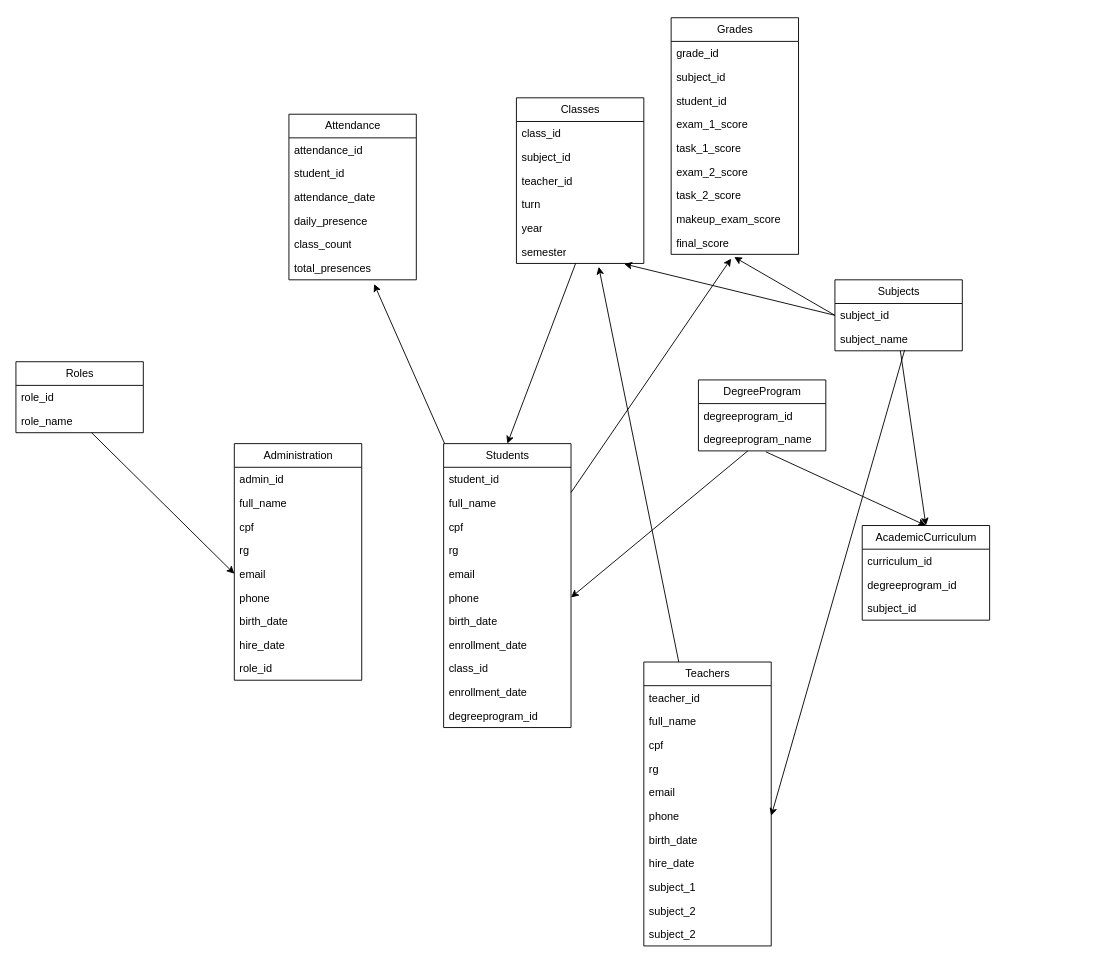
Before: diagrama_entidade_relacionamento.drawio in unHappyDev/PIF, a draw.io diagram. Source tidied: cells renumbered, new cells numbered last; positions are measured from the earlier drawing's top-left corner, leaving out a move shared by most shapes. Both pictures are drawn from the tidied source at 91%, with x=0, y=0 at pixel (15, 17).
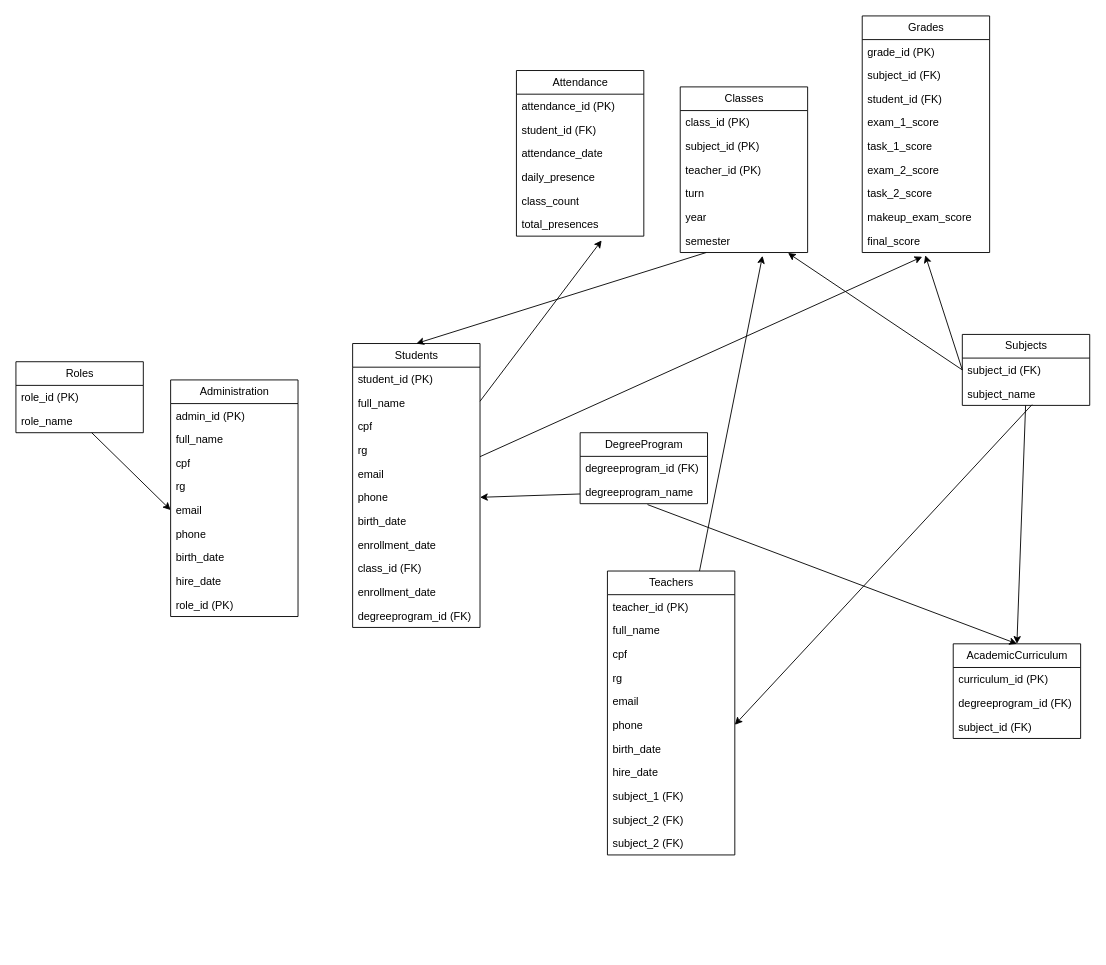
The same page after the edit.

Unchanged cells that the change refers to:
```xml
<mxCell id="66" value="Roles" style="swimlane;fontStyle=0;horizontal=1;startSize=26;fillColor=none;html=1;" parent="1" vertex="1">
  <mxGeometry y="378" width="140" height="78" as="geometry" />
</mxCell>
```

Diff of the diagram source:
```diff
@@
     <mxCell id="2" value="Students" style="swimlane;fontStyle=0;horizontal=1;startSize=26;fillColor=none;html=1;" parent="1" vertex="1">
-      <mxGeometry x="470" y="468" width="140" height="312" as="geometry" />
+      <mxGeometry x="370" y="358" width="140" height="312" as="geometry" />
     </mxCell>
-    <mxCell id="3" value="student_id" style="text;strokeColor=none;fillColor=none;align=left;verticalAlign=top;spacingLeft=4;spacingRight=4;overflow=hidden;whiteSpace=wrap;html=1;" parent="2" vertex="1">
+    <mxCell id="3" value="student_id (PK)" style="text;strokeColor=none;fillColor=none;align=left;verticalAlign=top;spacingLeft=4;spacingRight=4;overflow=hidden;whiteSpace=wrap;html=1;" parent="2" vertex="1">
       <mxGeometry y="26" width="140" height="26" as="geometry" />
     </mxCell>
@@
-    <mxCell id="11" value="&lt;span style=&quot;color: rgb(0, 0, 0);&quot;&gt;class_id&lt;/span&gt;" style="text;strokeColor=none;fillColor=none;align=left;verticalAlign=top;spacingLeft=4;spacingRight=4;overflow=hidden;whiteSpace=wrap;html=1;" parent="2" vertex="1">
+    <mxCell id="11" value="&lt;span style=&quot;color: rgb(0, 0, 0);&quot;&gt;class_id (FK)&lt;/span&gt;" style="text;strokeColor=none;fillColor=none;align=left;verticalAlign=top;spacingLeft=4;spacingRight=4;overflow=hidden;whiteSpace=wrap;html=1;" parent="2" vertex="1">
       <mxGeometry y="234" width="140" height="26" as="geometry" />
     </mxCell>
@@
-    <mxCell id="13" value="degreeprogram_id" style="text;strokeColor=none;fillColor=none;align=left;verticalAlign=top;spacingLeft=4;spacingRight=4;overflow=hidden;whiteSpace=wrap;html=1;" parent="2" vertex="1">
+    <mxCell id="13" value="degreeprogram_id (FK)&lt;div&gt;&lt;br&gt;&lt;/div&gt;" style="text;strokeColor=none;fillColor=none;align=left;verticalAlign=top;spacingLeft=4;spacingRight=4;overflow=hidden;whiteSpace=wrap;html=1;" parent="2" vertex="1">
       <mxGeometry y="286" width="140" height="26" as="geometry" />
     </mxCell>
     <mxCell id="14" value="Teachers" style="swimlane;fontStyle=0;horizontal=1;startSize=26;fillColor=none;html=1;" parent="1" vertex="1">
-      <mxGeometry x="690" y="708" width="140" height="312" as="geometry" />
+      <mxGeometry x="650" y="608" width="140" height="312" as="geometry" />
     </mxCell>
-    <mxCell id="15" value="teacher_id" style="text;strokeColor=none;fillColor=none;align=left;verticalAlign=top;spacingLeft=4;spacingRight=4;overflow=hidden;whiteSpace=wrap;html=1;" parent="14" vertex="1">
+    <mxCell id="15" value="teacher_id (PK)" style="text;strokeColor=none;fillColor=none;align=left;verticalAlign=top;spacingLeft=4;spacingRight=4;overflow=hidden;whiteSpace=wrap;html=1;" parent="14" vertex="1">
       <mxGeometry y="26" width="140" height="26" as="geometry" />
     </mxCell>
@@
-    <mxCell id="23" value="&lt;div&gt;subject_1&lt;/div&gt;" style="text;strokeColor=none;fillColor=none;align=left;verticalAlign=top;spacingLeft=4;spacingRight=4;overflow=hidden;whiteSpace=wrap;html=1;" parent="14" vertex="1">
+    <mxCell id="23" value="&lt;div&gt;subject_1 (FK)&lt;/div&gt;" style="text;strokeColor=none;fillColor=none;align=left;verticalAlign=top;spacingLeft=4;spacingRight=4;overflow=hidden;whiteSpace=wrap;html=1;" parent="14" vertex="1">
       <mxGeometry y="234" width="140" height="26" as="geometry" />
     </mxCell>
-    <mxCell id="24" value="&lt;div&gt;subject_2&lt;/div&gt;" style="text;strokeColor=none;fillColor=none;align=left;verticalAlign=top;spacingLeft=4;spacingRight=4;overflow=hidden;whiteSpace=wrap;html=1;" parent="14" vertex="1">
+    <mxCell id="24" value="&lt;div&gt;subject_2 (FK)&lt;/div&gt;" style="text;strokeColor=none;fillColor=none;align=left;verticalAlign=top;spacingLeft=4;spacingRight=4;overflow=hidden;whiteSpace=wrap;html=1;" parent="14" vertex="1">
       <mxGeometry y="260" width="140" height="26" as="geometry" />
     </mxCell>
-    <mxCell id="25" value="&lt;div&gt;subject_2&lt;/div&gt;" style="text;strokeColor=none;fillColor=none;align=left;verticalAlign=top;spacingLeft=4;spacingRight=4;overflow=hidden;whiteSpace=wrap;html=1;" parent="14" vertex="1">
+    <mxCell id="25" value="&lt;div&gt;subject_2 (FK)&lt;/div&gt;&lt;div&gt;&lt;br&gt;&lt;/div&gt;" style="text;strokeColor=none;fillColor=none;align=left;verticalAlign=top;spacingLeft=4;spacingRight=4;overflow=hidden;whiteSpace=wrap;html=1;" parent="14" vertex="1">
       <mxGeometry y="286" width="140" height="26" as="geometry" />
     </mxCell>
     <mxCell id="26" value="Administration" style="swimlane;fontStyle=0;horizontal=1;startSize=26;fillColor=none;html=1;" parent="1" vertex="1">
-      <mxGeometry x="240" y="468" width="140" height="260" as="geometry" />
+      <mxGeometry x="170" y="398" width="140" height="260" as="geometry" />
     </mxCell>
-    <mxCell id="27" value="admin_id" style="text;strokeColor=none;fillColor=none;align=left;verticalAlign=top;spacingLeft=4;spacingRight=4;overflow=hidden;whiteSpace=wrap;html=1;" parent="26" vertex="1">
+    <mxCell id="27" value="admin_id (PK)" style="text;strokeColor=none;fillColor=none;align=left;verticalAlign=top;spacingLeft=4;spacingRight=4;overflow=hidden;whiteSpace=wrap;html=1;" parent="26" vertex="1">
       <mxGeometry y="26" width="140" height="26" as="geometry" />
     </mxCell>
@@
-    <mxCell id="35" value="role_id" style="text;strokeColor=none;fillColor=none;align=left;verticalAlign=top;spacingLeft=4;spacingRight=4;overflow=hidden;whiteSpace=wrap;html=1;" parent="26" vertex="1">
+    <mxCell id="35" value="role_id (PK)" style="text;strokeColor=none;fillColor=none;align=left;verticalAlign=top;spacingLeft=4;spacingRight=4;overflow=hidden;whiteSpace=wrap;html=1;" parent="26" vertex="1">
       <mxGeometry y="234" width="140" height="26" as="geometry" />
     </mxCell>
     <mxCell id="36" value="Classes" style="swimlane;fontStyle=0;horizontal=1;startSize=26;fillColor=none;html=1;" parent="1" vertex="1">
-      <mxGeometry x="550" y="88" width="140" height="182" as="geometry" />
+      <mxGeometry x="730" y="76" width="140" height="182" as="geometry" />
     </mxCell>
-    <mxCell id="37" value="class_id" style="text;strokeColor=none;fillColor=none;align=left;verticalAlign=top;spacingLeft=4;spacingRight=4;overflow=hidden;whiteSpace=wrap;html=1;" parent="36" vertex="1">
+    <mxCell id="37" value="class_id (PK)" style="text;strokeColor=none;fillColor=none;align=left;verticalAlign=top;spacingLeft=4;spacingRight=4;overflow=hidden;whiteSpace=wrap;html=1;" parent="36" vertex="1">
       <mxGeometry y="26" width="140" height="26" as="geometry" />
     </mxCell>
-    <mxCell id="38" value="subject_id" style="text;strokeColor=none;fillColor=none;align=left;verticalAlign=top;spacingLeft=4;spacingRight=4;overflow=hidden;whiteSpace=wrap;html=1;" parent="36" vertex="1">
+    <mxCell id="38" value="subject_id (PK)" style="text;strokeColor=none;fillColor=none;align=left;verticalAlign=top;spacingLeft=4;spacingRight=4;overflow=hidden;whiteSpace=wrap;html=1;" parent="36" vertex="1">
       <mxGeometry y="52" width="140" height="26" as="geometry" />
     </mxCell>
-    <mxCell id="39" value="teacher_id" style="text;strokeColor=none;fillColor=none;align=left;verticalAlign=top;spacingLeft=4;spacingRight=4;overflow=hidden;whiteSpace=wrap;html=1;" parent="36" vertex="1">
+    <mxCell id="39" value="teacher_id (PK)" style="text;strokeColor=none;fillColor=none;align=left;verticalAlign=top;spacingLeft=4;spacingRight=4;overflow=hidden;whiteSpace=wrap;html=1;" parent="36" vertex="1">
       <mxGeometry y="78" width="140" height="26" as="geometry" />
     </mxCell>
@@
     <mxCell id="43" value="Grades" style="swimlane;fontStyle=0;horizontal=1;startSize=26;fillColor=none;html=1;" parent="1" vertex="1">
-      <mxGeometry x="720" width="140" height="260" as="geometry" />
+      <mxGeometry x="930" y="-2" width="140" height="260" as="geometry" />
     </mxCell>
-    <mxCell id="44" value="grade_id" style="text;strokeColor=none;fillColor=none;align=left;verticalAlign=top;spacingLeft=4;spacingRight=4;overflow=hidden;whiteSpace=wrap;html=1;" parent="43" vertex="1">
+    <mxCell id="44" value="grade_id (PK)" style="text;strokeColor=none;fillColor=none;align=left;verticalAlign=top;spacingLeft=4;spacingRight=4;overflow=hidden;whiteSpace=wrap;html=1;" parent="43" vertex="1">
       <mxGeometry y="26" width="140" height="26" as="geometry" />
     </mxCell>
-    <mxCell id="45" value="subject_id&lt;div&gt;&lt;br&gt;&lt;/div&gt;" style="text;strokeColor=none;fillColor=none;align=left;verticalAlign=top;spacingLeft=4;spacingRight=4;overflow=hidden;whiteSpace=wrap;html=1;" parent="43" vertex="1">
+    <mxCell id="45" value="subject_id (FK)" style="text;strokeColor=none;fillColor=none;align=left;verticalAlign=top;spacingLeft=4;spacingRight=4;overflow=hidden;whiteSpace=wrap;html=1;" parent="43" vertex="1">
       <mxGeometry y="52" width="140" height="26" as="geometry" />
     </mxCell>
-    <mxCell id="46" value="student_id" style="text;strokeColor=none;fillColor=none;align=left;verticalAlign=top;spacingLeft=4;spacingRight=4;overflow=hidden;whiteSpace=wrap;html=1;" parent="43" vertex="1">
+    <mxCell id="46" value="student_id (FK)" style="text;strokeColor=none;fillColor=none;align=left;verticalAlign=top;spacingLeft=4;spacingRight=4;overflow=hidden;whiteSpace=wrap;html=1;" parent="43" vertex="1">
       <mxGeometry y="78" width="140" height="26" as="geometry" />
     </mxCell>
@@
     <mxCell id="53" value="Attendance" style="swimlane;fontStyle=0;horizontal=1;startSize=26;fillColor=none;html=1;" parent="1" vertex="1">
-      <mxGeometry x="300" y="106" width="140" height="182" as="geometry" />
+      <mxGeometry x="550" y="58" width="140" height="182" as="geometry" />
     </mxCell>
-    <mxCell id="54" value="attendance_id" style="text;strokeColor=none;fillColor=none;align=left;verticalAlign=top;spacingLeft=4;spacingRight=4;overflow=hidden;whiteSpace=wrap;html=1;" parent="53" vertex="1">
+    <mxCell id="54" value="attendance_id (PK)" style="text;strokeColor=none;fillColor=none;align=left;verticalAlign=top;spacingLeft=4;spacingRight=4;overflow=hidden;whiteSpace=wrap;html=1;" parent="53" vertex="1">
       <mxGeometry y="26" width="140" height="26" as="geometry" />
     </mxCell>
-    <mxCell id="55" value="student_id" style="text;strokeColor=none;fillColor=none;align=left;verticalAlign=top;spacingLeft=4;spacingRight=4;overflow=hidden;whiteSpace=wrap;html=1;" parent="53" vertex="1">
+    <mxCell id="55" value="student_id (FK)" style="text;strokeColor=none;fillColor=none;align=left;verticalAlign=top;spacingLeft=4;spacingRight=4;overflow=hidden;whiteSpace=wrap;html=1;" parent="53" vertex="1">
       <mxGeometry y="52" width="140" height="26" as="geometry" />
     </mxCell>
@@
     <mxCell id="60" value="Subjects" style="swimlane;fontStyle=0;horizontal=1;startSize=26;fillColor=none;html=1;" parent="1" vertex="1">
-      <mxGeometry x="900" y="288" width="140" height="78" as="geometry" />
+      <mxGeometry x="1040" y="348" width="140" height="78" as="geometry" />
     </mxCell>
-    <mxCell id="61" value="subject_id" style="text;strokeColor=none;fillColor=none;align=left;verticalAlign=top;spacingLeft=4;spacingRight=4;overflow=hidden;points=[[0,0.5],[1,0.5]];portConstraint=eastwest;whiteSpace=wrap;html=1;" parent="60" vertex="1">
+    <mxCell id="61" value="subject_id (FK)" style="text;strokeColor=none;fillColor=none;align=left;verticalAlign=top;spacingLeft=4;spacingRight=4;overflow=hidden;points=[[0,0.5],[1,0.5]];portConstraint=eastwest;whiteSpace=wrap;html=1;" parent="60" vertex="1">
       <mxGeometry y="26" width="140" height="26" as="geometry" />
     </mxCell>
@@
     <mxCell id="63" value="DegreeProgram" style="swimlane;fontStyle=0;horizontal=1;startSize=26;fillColor=none;html=1;" parent="1" vertex="1">
-      <mxGeometry x="750" y="398" width="140" height="78" as="geometry" />
+      <mxGeometry x="620" y="456" width="140" height="78" as="geometry" />
     </mxCell>
-    <mxCell id="64" value="degreeprogram_id" style="text;strokeColor=none;fillColor=none;align=left;verticalAlign=top;spacingLeft=4;spacingRight=4;overflow=hidden;whiteSpace=wrap;html=1;" parent="63" vertex="1">
+    <mxCell id="64" value="degreeprogram_id (FK)" style="text;strokeColor=none;fillColor=none;align=left;verticalAlign=top;spacingLeft=4;spacingRight=4;overflow=hidden;whiteSpace=wrap;html=1;" parent="63" vertex="1">
       <mxGeometry y="26" width="140" height="26" as="geometry" />
     </mxCell>
@@
-    <mxCell id="67" value="role_id" style="text;strokeColor=none;fillColor=none;align=left;verticalAlign=top;spacingLeft=4;spacingRight=4;overflow=hidden;whiteSpace=wrap;html=1;" parent="66" vertex="1">
+    <mxCell id="67" value="role_id (PK)" style="text;strokeColor=none;fillColor=none;align=left;verticalAlign=top;spacingLeft=4;spacingRight=4;overflow=hidden;whiteSpace=wrap;html=1;" parent="66" vertex="1">
       <mxGeometry y="26" width="140" height="26" as="geometry" />
     </mxCell>
@@
     <mxCell id="69" value="AcademicCurriculum" style="swimlane;fontStyle=0;horizontal=1;startSize=26;fillColor=none;html=1;" parent="1" vertex="1">
-      <mxGeometry x="930" y="558" width="140" height="104" as="geometry" />
+      <mxGeometry x="1030" y="688" width="140" height="104" as="geometry" />
     </mxCell>
-    <mxCell id="70" value="curriculum_id" style="text;strokeColor=none;fillColor=none;align=left;verticalAlign=top;spacingLeft=4;spacingRight=4;overflow=hidden;whiteSpace=wrap;html=1;" parent="69" vertex="1">
+    <mxCell id="70" value="curriculum_id (PK)" style="text;strokeColor=none;fillColor=none;align=left;verticalAlign=top;spacingLeft=4;spacingRight=4;overflow=hidden;whiteSpace=wrap;html=1;" parent="69" vertex="1">
       <mxGeometry y="26" width="140" height="26" as="geometry" />
     </mxCell>
-    <mxCell id="71" value="degreeprogram_id" style="text;strokeColor=none;fillColor=none;align=left;verticalAlign=top;spacingLeft=4;spacingRight=4;overflow=hidden;whiteSpace=wrap;html=1;" parent="69" vertex="1">
+    <mxCell id="71" value="degreeprogram_id (FK)" style="text;strokeColor=none;fillColor=none;align=left;verticalAlign=top;spacingLeft=4;spacingRight=4;overflow=hidden;whiteSpace=wrap;html=1;" parent="69" vertex="1">
       <mxGeometry y="52" width="140" height="26" as="geometry" />
     </mxCell>
-    <mxCell id="72" value="subject_id" style="text;strokeColor=none;fillColor=none;align=left;verticalAlign=top;spacingLeft=4;spacingRight=4;overflow=hidden;whiteSpace=wrap;html=1;" parent="69" vertex="1">
+    <mxCell id="72" value="subject_id (FK)" style="text;strokeColor=none;fillColor=none;align=left;verticalAlign=top;spacingLeft=4;spacingRight=4;overflow=hidden;whiteSpace=wrap;html=1;" parent="69" vertex="1">
       <mxGeometry y="78" width="140" height="26" as="geometry" />
     </mxCell>
```
